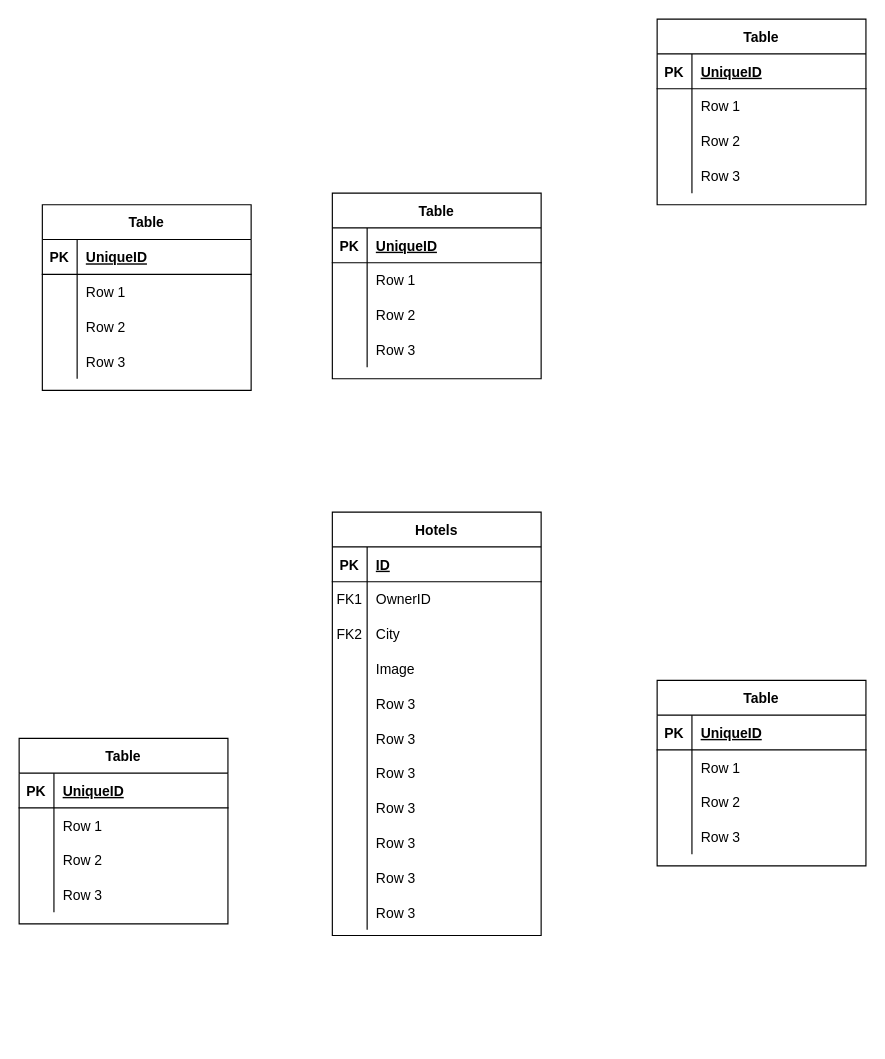
Earlier version of the draw.io diagram documentation/datalogical_diagram.drawio (semwett0301/booking-java-back). Source tidied: cells renumbered, new cells numbered last; positions are measured from the earlier drawing's top-left corner, leaving out a move shared by most shapes. Both pictures are drawn from the tidied source at 116%, with x=0, y=0 at pixel (19, 19).
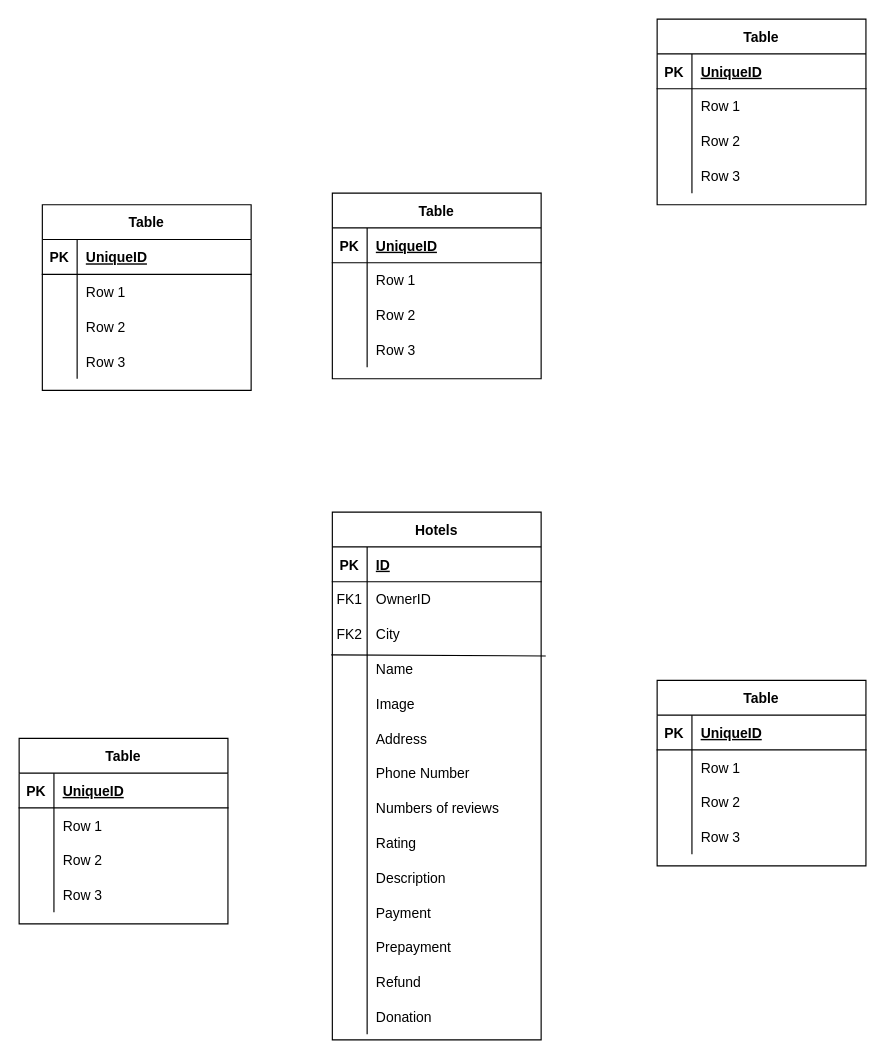
The same diagram, later.

Unchanged cells that the change refers to:
```xml
<mxCell id="12" style="shape=tableRow;horizontal=0;startSize=0;swimlaneHead=0;swimlaneBody=0;fillColor=none;points=[[0,0.5],[1,0.5]];portConstraint=eastwest;top=0;left=0;right=0;bottom=0;" parent="2" vertex="1">
  <mxGeometry y="120" width="180" height="30" as="geometry" />
</mxCell>
<mxCell id="15" style="shape=tableRow;horizontal=0;startSize=0;swimlaneHead=0;swimlaneBody=0;fillColor=none;top=0;left=0;right=0;bottom=0;" parent="2" vertex="1">
  <mxGeometry y="150" width="180" height="30" as="geometry" />
</mxCell>
<mxCell id="18" style="shape=tableRow;horizontal=0;startSize=0;swimlaneHead=0;swimlaneBody=0;fillColor=none;top=0;left=0;right=0;bottom=0;" parent="2" vertex="1">
  <mxGeometry y="180" width="180" height="30" as="geometry" />
</mxCell>
<mxCell id="21" style="shape=tableRow;horizontal=0;startSize=0;swimlaneHead=0;swimlaneBody=0;fillColor=none;top=0;left=0;right=0;bottom=0;" parent="2" vertex="1">
  <mxGeometry y="210" width="180" height="30" as="geometry" />
</mxCell>
<mxCell id="24" style="shape=tableRow;horizontal=0;startSize=0;swimlaneHead=0;swimlaneBody=0;fillColor=none;top=0;left=0;right=0;bottom=0;" parent="2" vertex="1">
  <mxGeometry y="240" width="180" height="30" as="geometry" />
</mxCell>
<mxCell id="27" style="shape=tableRow;horizontal=0;startSize=0;swimlaneHead=0;swimlaneBody=0;fillColor=none;top=0;left=0;right=0;bottom=0;" parent="2" vertex="1">
  <mxGeometry y="270" width="180" height="30" as="geometry" />
</mxCell>
<mxCell id="30" style="shape=tableRow;horizontal=0;startSize=0;swimlaneHead=0;swimlaneBody=0;fillColor=none;top=0;left=0;right=0;bottom=0;" parent="2" vertex="1">
  <mxGeometry y="300" width="180" height="30" as="geometry" />
</mxCell>
<mxCell id="33" style="shape=tableRow;horizontal=0;startSize=0;swimlaneHead=0;swimlaneBody=0;fillColor=none;top=0;left=0;right=0;bottom=0;" parent="2" vertex="1">
  <mxGeometry y="330" width="180" height="30" as="geometry" />
</mxCell>
```

Change to the diagram source:
```diff
@@
     <mxCell id="2" value="Hotels" style="shape=table;startSize=30;childLayout=tableLayout;rowLines=0;fontStyle=1;align=center;" parent="1" vertex="1">
-      <mxGeometry x="270" y="425" width="180" height="365" as="geometry" />
+      <mxGeometry x="270" y="425" width="180" height="455" as="geometry" />
     </mxCell>
@@
-    <mxCell id="9" style="shape=tableRow;horizontal=0;startSize=0;swimlaneHead=0;swimlaneBody=0;fillColor=none;points=[[0,0.5],[1,0.5]];portConstraint=eastwest;top=0;left=0;right=0;bottom=0;" parent="2" vertex="1">
+    <mxCell id="9" style="shape=tableRow;horizontal=0;startSize=0;swimlaneHead=0;swimlaneBody=0;fillColor=none;points=[[0,0.5],[1,0.5]];portConstraint=eastwest;top=0;left=0;right=0;bottom=0;strokeColor=default;perimeterSpacing=8;swimlaneLine=0;strokeWidth=8;rounded=0;labelBorderColor=default;" parent="2" vertex="1">
       <mxGeometry y="90" width="180" height="30" as="geometry" />
     </mxCell>
@@
-    <mxCell id="14" value="Image" style="shape=partialRectangle;fillColor=none;top=0;left=0;bottom=0;right=0;align=left;spacingLeft=6;overflow=hidden;" parent="12" vertex="1">
+    <mxCell id="14" value="Name" style="shape=partialRectangle;fillColor=none;top=0;left=0;bottom=0;right=0;align=left;spacingLeft=6;overflow=hidden;" parent="12" vertex="1">
       <mxGeometry x="30" width="150" height="30" as="geometry" />
     </mxCell>
@@
-    <mxCell id="17" value="Row 3" style="shape=partialRectangle;fillColor=none;top=0;left=0;bottom=0;right=0;align=left;spacingLeft=6;overflow=hidden;" parent="15" vertex="1">
+    <mxCell id="17" value="Image" style="shape=partialRectangle;fillColor=none;top=0;left=0;bottom=0;right=0;align=left;spacingLeft=6;overflow=hidden;" parent="15" vertex="1">
       <mxGeometry x="30" width="150" height="30" as="geometry" />
     </mxCell>
@@
-    <mxCell id="20" value="Row 3" style="shape=partialRectangle;fillColor=none;top=0;left=0;bottom=0;right=0;align=left;spacingLeft=6;overflow=hidden;" parent="18" vertex="1">
+    <mxCell id="20" value="Address" style="shape=partialRectangle;fillColor=none;top=0;left=0;bottom=0;right=0;align=left;spacingLeft=6;overflow=hidden;" parent="18" vertex="1">
       <mxGeometry x="30" width="150" height="30" as="geometry" />
     </mxCell>
@@
-    <mxCell id="23" value="Row 3" style="shape=partialRectangle;fillColor=none;top=0;left=0;bottom=0;right=0;align=left;spacingLeft=6;overflow=hidden;" parent="21" vertex="1">
+    <mxCell id="23" value="Phone Number" style="shape=partialRectangle;fillColor=none;top=0;left=0;bottom=0;right=0;align=left;spacingLeft=6;overflow=hidden;" parent="21" vertex="1">
       <mxGeometry x="30" width="150" height="30" as="geometry" />
     </mxCell>
@@
-    <mxCell id="26" value="Row 3" style="shape=partialRectangle;fillColor=none;top=0;left=0;bottom=0;right=0;align=left;spacingLeft=6;overflow=hidden;" parent="24" vertex="1">
+    <mxCell id="26" value="Numbers of reviews" style="shape=partialRectangle;fillColor=none;top=0;left=0;bottom=0;right=0;align=left;spacingLeft=6;overflow=hidden;" parent="24" vertex="1">
       <mxGeometry x="30" width="150" height="30" as="geometry" />
     </mxCell>
@@
-    <mxCell id="29" value="Row 3" style="shape=partialRectangle;fillColor=none;top=0;left=0;bottom=0;right=0;align=left;spacingLeft=6;overflow=hidden;" parent="27" vertex="1">
+    <mxCell id="29" value="Rating" style="shape=partialRectangle;fillColor=none;top=0;left=0;bottom=0;right=0;align=left;spacingLeft=6;overflow=hidden;" parent="27" vertex="1">
       <mxGeometry x="30" width="150" height="30" as="geometry" />
     </mxCell>
@@
-    <mxCell id="32" value="Row 3" style="shape=partialRectangle;fillColor=none;top=0;left=0;bottom=0;right=0;align=left;spacingLeft=6;overflow=hidden;" parent="30" vertex="1">
+    <mxCell id="32" value="Description" style="shape=partialRectangle;fillColor=none;top=0;left=0;bottom=0;right=0;align=left;spacingLeft=6;overflow=hidden;" parent="30" vertex="1">
       <mxGeometry x="30" width="150" height="30" as="geometry" />
     </mxCell>
@@
-    <mxCell id="35" value="Row 3" style="shape=partialRectangle;fillColor=none;top=0;left=0;bottom=0;right=0;align=left;spacingLeft=6;overflow=hidden;" parent="33" vertex="1">
+    <mxCell id="35" value="Payment" style="shape=partialRectangle;fillColor=none;top=0;left=0;bottom=0;right=0;align=left;spacingLeft=6;overflow=hidden;" parent="33" vertex="1">
       <mxGeometry x="30" width="150" height="30" as="geometry" />
     </mxCell>
+    <mxCell id="101" style="shape=tableRow;horizontal=0;startSize=0;swimlaneHead=0;swimlaneBody=0;fillColor=none;top=0;left=0;right=0;bottom=0;" parent="2" vertex="1">
+      <mxGeometry y="360" width="180" height="30" as="geometry" />
+    </mxCell>
+    <mxCell id="102" style="shape=partialRectangle;fillColor=none;top=0;left=0;bottom=0;right=0;overflow=hidden;" parent="101" vertex="1">
+      <mxGeometry width="30" height="30" as="geometry" />
+    </mxCell>
+    <mxCell id="103" value="Prepayment" style="shape=partialRectangle;fillColor=none;top=0;left=0;bottom=0;right=0;align=left;spacingLeft=6;overflow=hidden;" parent="101" vertex="1">
+      <mxGeometry x="30" width="150" height="30" as="geometry" />
+    </mxCell>
+    <mxCell id="104" style="shape=tableRow;horizontal=0;startSize=0;swimlaneHead=0;swimlaneBody=0;fillColor=none;top=0;left=0;right=0;bottom=0;" parent="2" vertex="1">
+      <mxGeometry y="390" width="180" height="30" as="geometry" />
+    </mxCell>
+    <mxCell id="105" style="shape=partialRectangle;fillColor=none;top=0;left=0;bottom=0;right=0;overflow=hidden;" parent="104" vertex="1">
+      <mxGeometry width="30" height="30" as="geometry" />
+    </mxCell>
+    <mxCell id="106" value="Refund" style="shape=partialRectangle;fillColor=none;top=0;left=0;bottom=0;right=0;align=left;spacingLeft=6;overflow=hidden;" parent="104" vertex="1">
+      <mxGeometry x="30" width="150" height="30" as="geometry" />
+    </mxCell>
+    <mxCell id="107" style="shape=tableRow;horizontal=0;startSize=0;swimlaneHead=0;swimlaneBody=0;fillColor=none;top=0;left=0;right=0;bottom=0;" parent="2" vertex="1">
+      <mxGeometry y="420" width="180" height="30" as="geometry" />
+    </mxCell>
+    <mxCell id="108" style="shape=partialRectangle;fillColor=none;top=0;left=0;bottom=0;right=0;overflow=hidden;" parent="107" vertex="1">
+      <mxGeometry width="30" height="30" as="geometry" />
+    </mxCell>
+    <mxCell id="109" value="Donation" style="shape=partialRectangle;fillColor=none;top=0;left=0;bottom=0;right=0;align=left;spacingLeft=6;overflow=hidden;" parent="107" vertex="1">
+      <mxGeometry x="30" width="150" height="30" as="geometry" />
+    </mxCell>
+    <mxCell id="110" style="endArrow=none;html=1;rounded=0;exitX=0.036;exitY=0.891;exitDx=0;exitDy=0;exitPerimeter=0;entryX=1.022;entryY=0.133;entryDx=0;entryDy=0;entryPerimeter=0;" parent="2" edge="1" source="9" target="12">
+      <mxGeometry relative="1" as="geometry" />
+    </mxCell>
```
